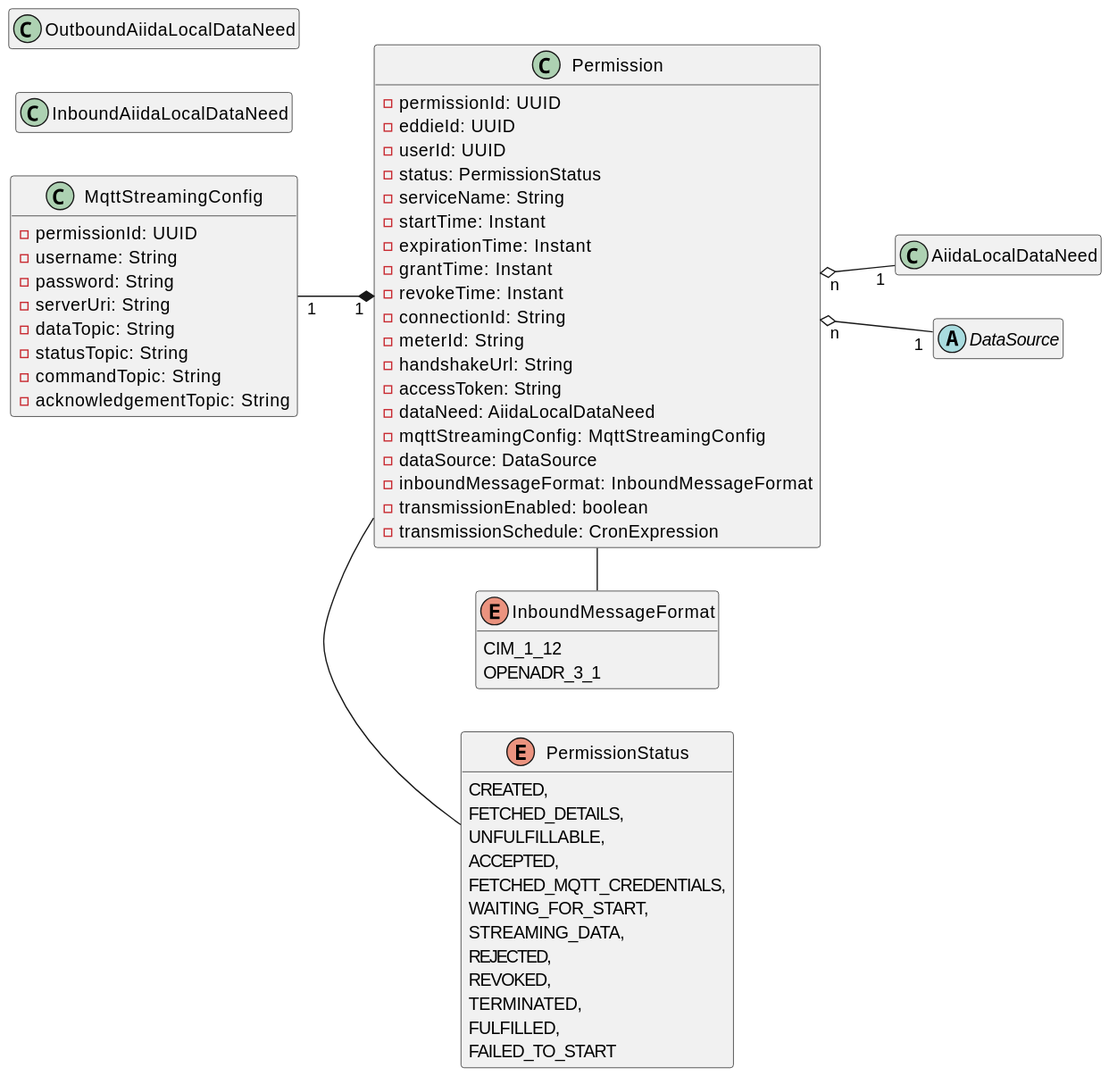
eddie-energy/eddie keeps this PlantUML diagram as aiida/docs/diagrams/aiida-class-diagram-permission.svg. Above is the earlier version.
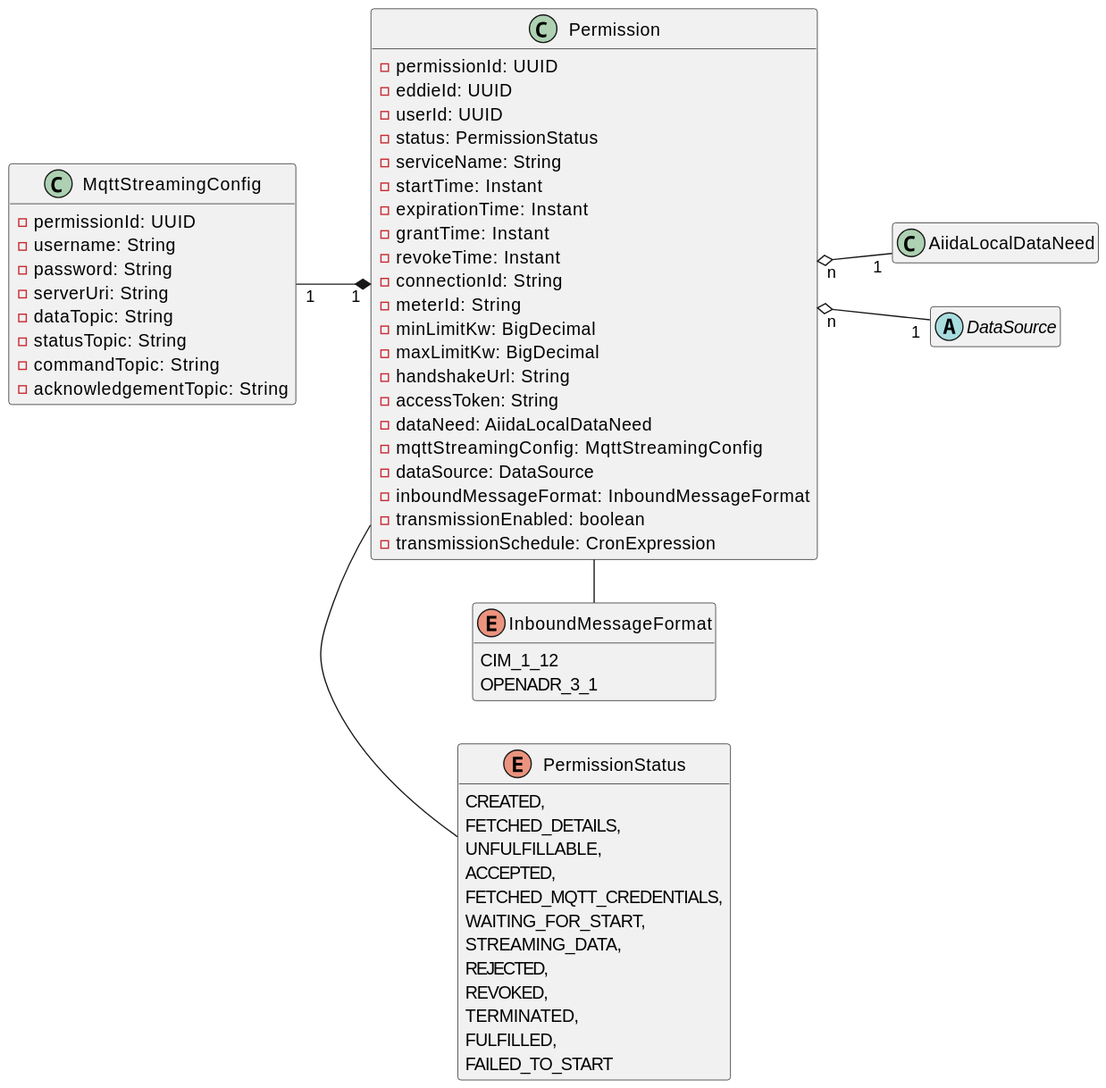
Above is the later version.

The edit, as a diff of the source:
```diff
@@ -15,6 +15,8 @@
     - revokeTime: Instant
     - connectionId: String
     - meterId: String
+    - minLimitKw: BigDecimal
+    - maxLimitKw: BigDecimal
     - handshakeUrl: String
     - accessToken: String
     - dataNeed: AiidaLocalDataNeed
@@ -27,9 +29,6 @@
 
 class AiidaLocalDataNeed {
 }
-
-class InboundAiidaLocalDataNeed
-class OutboundAiidaLocalDataNeed
 
 abstract class DataSource {}
 
```
